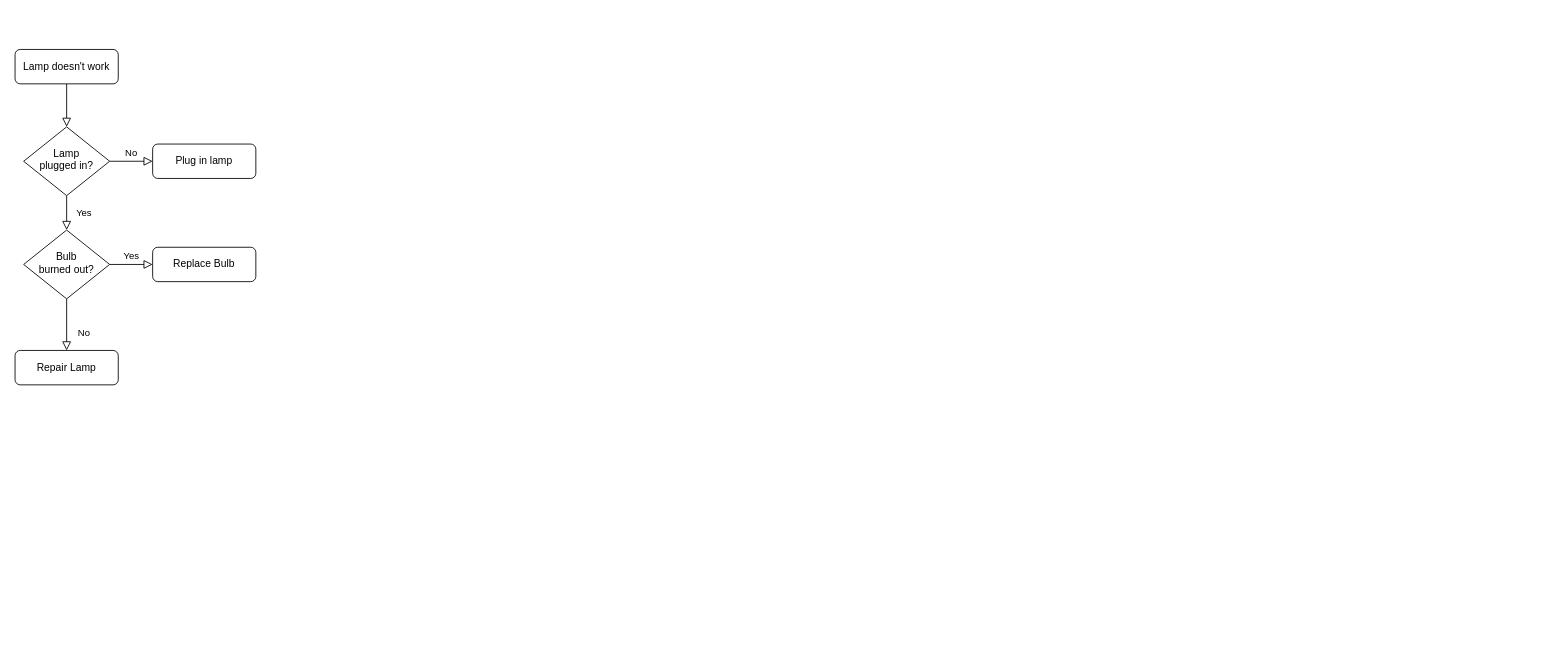
Before: Diagram Tanpa Judul.drawio in zerodevid/database_draw_io, a draw.io diagram. Source tidied: cells renumbered, new cells numbered last; positions are measured from the earlier drawing's top-left corner, leaving out a move shared by most shapes. Both pictures are drawn from the tidied source at 86%, with x=0, y=0 at pixel (15, 49).
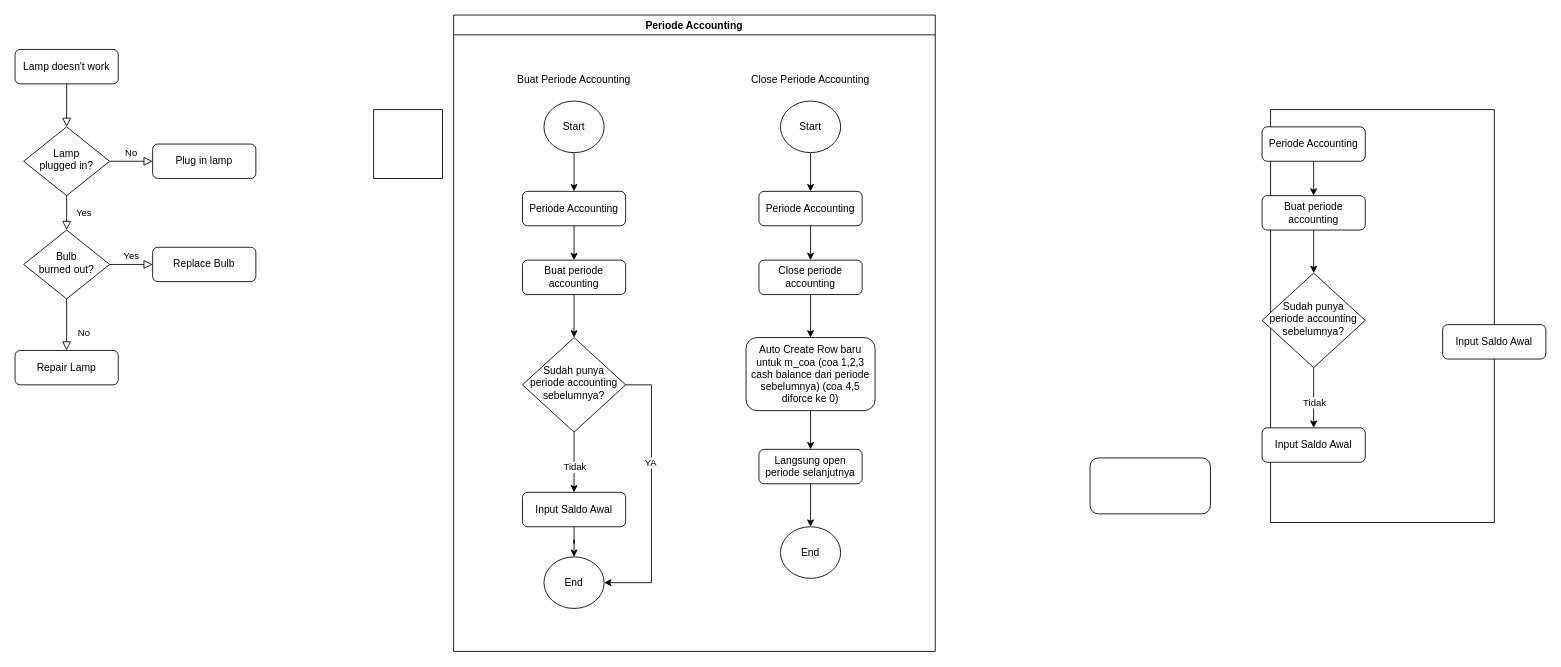
Above is the later version.

Diff of the diagram source:
```diff
@@
+    <mxCell id="13" style="rounded=0;whiteSpace=wrap;html=1;" parent="1" vertex="1">
+      <mxGeometry x="1460" y="70" width="260" height="480" as="geometry" />
+    </mxCell>
@@
+    <mxCell id="14" style="edgeStyle=orthogonalEdgeStyle;rounded=0;jettySize=auto;html=1;" parent="1" edge="1" source="15" target="22">
+      <mxGeometry relative="1" as="geometry" />
+    </mxCell>
+    <mxCell id="15" value="Periode Accounting" style="rounded=1;whiteSpace=wrap;html=1;fontSize=12;glass=0;strokeWidth=1;shadow=0;" parent="1" vertex="1">
+      <mxGeometry x="590" y="165" width="120" height="40" as="geometry" />
+    </mxCell>
+    <mxCell id="16" style="edgeStyle=orthogonalEdgeStyle;rounded=0;jettySize=auto;html=1;" parent="1" edge="1" source="20" target="24">
+      <mxGeometry relative="1" as="geometry" />
+    </mxCell>
+    <mxCell id="17" value="Tidak" style="edgeLabel;html=1;align=center;verticalAlign=middle;" parent="16" vertex="1">
+      <mxGeometry x="0.14" relative="1" as="geometry" />
+    </mxCell>
+    <mxCell id="18" style="edgeStyle=orthogonalEdgeStyle;rounded=0;jettySize=auto;html=1;entryX=1;entryY=0.5;entryDx=0;entryDy=0;" parent="1" edge="1" source="20" target="37">
+      <mxGeometry relative="1" as="geometry">
+        <Array as="points">
+          <mxPoint x="740" y="390" />
+          <mxPoint x="740" y="620" />
+        </Array>
+      </mxGeometry>
+    </mxCell>
+    <mxCell id="19" value="YA" style="edgeLabel;html=1;align=center;verticalAlign=middle;" parent="18" vertex="1">
+      <mxGeometry x="-0.24" y="-2" relative="1" as="geometry" />
+    </mxCell>
+    <mxCell id="20" value="Sudah punya periode accounting sebelumnya?" style="rhombus;whiteSpace=wrap;html=1;shadow=0;fontFamily=Helvetica;fontSize=12;align=center;strokeWidth=1;spacing=6;spacingTop=-4;" parent="1" vertex="1">
+      <mxGeometry x="590" y="335" width="120" height="110" as="geometry" />
+    </mxCell>
+    <mxCell id="21" style="edgeStyle=orthogonalEdgeStyle;rounded=0;jettySize=auto;html=1;" parent="1" edge="1" source="22" target="20">
+      <mxGeometry relative="1" as="geometry" />
+    </mxCell>
+    <mxCell id="22" value="Buat periode accounting" style="rounded=1;whiteSpace=wrap;html=1;fontSize=12;glass=0;strokeWidth=1;shadow=0;" parent="1" vertex="1">
+      <mxGeometry x="590" y="245" width="120" height="40" as="geometry" />
+    </mxCell>
+    <mxCell id="23" style="edgeStyle=orthogonalEdgeStyle;rounded=0;jettySize=auto;html=1;" parent="1" edge="1" source="24" target="37">
+      <mxGeometry relative="1" as="geometry" />
+    </mxCell>
+    <mxCell id="24" value="Input Saldo Awal" style="rounded=1;whiteSpace=wrap;html=1;fontSize=12;glass=0;strokeWidth=1;shadow=0;" parent="1" vertex="1">
+      <mxGeometry x="590" y="515" width="120" height="40" as="geometry" />
+    </mxCell>
+    <mxCell id="25" value="Input Saldo Awal" style="rounded=1;whiteSpace=wrap;html=1;fontSize=12;glass=0;strokeWidth=1;shadow=0;" parent="1" vertex="1">
+      <mxGeometry x="1660" y="320" width="120" height="40" as="geometry" />
+    </mxCell>
+    <mxCell id="26" style="edgeStyle=orthogonalEdgeStyle;rounded=0;jettySize=auto;html=1;" parent="1" edge="1" source="27" target="32">
+      <mxGeometry relative="1" as="geometry" />
+    </mxCell>
+    <mxCell id="27" value="Periode Accounting" style="rounded=1;whiteSpace=wrap;html=1;fontSize=12;glass=0;strokeWidth=1;shadow=0;" parent="1" vertex="1">
+      <mxGeometry x="1450" y="90" width="120" height="40" as="geometry" />
+    </mxCell>
+    <mxCell id="28" style="edgeStyle=orthogonalEdgeStyle;rounded=0;jettySize=auto;html=1;" parent="1" edge="1" source="30" target="33">
+      <mxGeometry relative="1" as="geometry" />
+    </mxCell>
+    <mxCell id="29" value="Tidak" style="edgeLabel;html=1;align=center;verticalAlign=middle;" parent="28" vertex="1">
+      <mxGeometry x="0.14" relative="1" as="geometry" />
+    </mxCell>
+    <mxCell id="30" value="Sudah punya periode accounting sebelumnya?" style="rhombus;whiteSpace=wrap;html=1;shadow=0;fontFamily=Helvetica;fontSize=12;align=center;strokeWidth=1;spacing=6;spacingTop=-4;" parent="1" vertex="1">
+      <mxGeometry x="1450" y="260" width="120" height="110" as="geometry" />
+    </mxCell>
+    <mxCell id="31" style="edgeStyle=orthogonalEdgeStyle;rounded=0;jettySize=auto;html=1;" parent="1" edge="1" source="32" target="30">
+      <mxGeometry relative="1" as="geometry" />
+    </mxCell>
+    <mxCell id="32" value="Buat periode accounting" style="rounded=1;whiteSpace=wrap;html=1;fontSize=12;glass=0;strokeWidth=1;shadow=0;" parent="1" vertex="1">
+      <mxGeometry x="1450" y="170" width="120" height="40" as="geometry" />
+    </mxCell>
+    <mxCell id="33" value="Input Saldo Awal" style="rounded=1;whiteSpace=wrap;html=1;fontSize=12;glass=0;strokeWidth=1;shadow=0;" parent="1" vertex="1">
+      <mxGeometry x="1450" y="440" width="120" height="40" as="geometry" />
+    </mxCell>
+    <mxCell id="34" style="whiteSpace=wrap;html=1;" parent="1" vertex="1">
+      <mxGeometry x="417" y="70" width="80" height="80" as="geometry" />
+    </mxCell>
+    <mxCell id="35" style="edgeStyle=orthogonalEdgeStyle;rounded=0;jettySize=auto;html=1;" parent="1" edge="1" source="36" target="15">
+      <mxGeometry relative="1" as="geometry" />
+    </mxCell>
+    <mxCell id="36" value="Start" style="ellipse;whiteSpace=wrap;html=1;" parent="1" vertex="1">
+      <mxGeometry x="615" y="60" width="70" height="60" as="geometry" />
+    </mxCell>
+    <mxCell id="37" value="End" style="ellipse;whiteSpace=wrap;html=1;" parent="1" vertex="1">
+      <mxGeometry x="615" y="590" width="70" height="60" as="geometry" />
+    </mxCell>
+    <mxCell id="38" value="Buat Periode Accounting" style="text;html=1;align=center;verticalAlign=middle;whiteSpace=wrap;rounded=0;" parent="1" vertex="1">
+      <mxGeometry x="580" y="20" width="140" height="30" as="geometry" />
+    </mxCell>
+    <mxCell id="39" style="edgeStyle=orthogonalEdgeStyle;rounded=0;jettySize=auto;html=1;" parent="1" edge="1" source="40" target="42">
+      <mxGeometry relative="1" as="geometry" />
+    </mxCell>
+    <mxCell id="40" value="Periode Accounting" style="rounded=1;whiteSpace=wrap;html=1;fontSize=12;glass=0;strokeWidth=1;shadow=0;" parent="1" vertex="1">
+      <mxGeometry x="865" y="165" width="120" height="40" as="geometry" />
+    </mxCell>
+    <mxCell id="41" style="edgeStyle=orthogonalEdgeStyle;rounded=0;jettySize=auto;html=1;" parent="1" edge="1" source="42" target="47">
+      <mxGeometry relative="1" as="geometry" />
+    </mxCell>
+    <mxCell id="42" value="Close periode accounting" style="rounded=1;whiteSpace=wrap;html=1;fontSize=12;glass=0;strokeWidth=1;shadow=0;" parent="1" vertex="1">
+      <mxGeometry x="865" y="245" width="120" height="40" as="geometry" />
+    </mxCell>
+    <mxCell id="43" style="edgeStyle=orthogonalEdgeStyle;rounded=0;jettySize=auto;html=1;" parent="1" edge="1" source="44" target="40">
+      <mxGeometry relative="1" as="geometry" />
+    </mxCell>
+    <mxCell id="44" value="Start" style="ellipse;whiteSpace=wrap;html=1;" parent="1" vertex="1">
+      <mxGeometry x="890" y="60" width="70" height="60" as="geometry" />
+    </mxCell>
+    <mxCell id="45" value="Close Periode Accounting" style="text;html=1;align=center;verticalAlign=middle;whiteSpace=wrap;rounded=0;" parent="1" vertex="1">
+      <mxGeometry x="855" y="20" width="140" height="30" as="geometry" />
+    </mxCell>
+    <mxCell id="46" style="edgeStyle=orthogonalEdgeStyle;rounded=0;jettySize=auto;html=1;" parent="1" edge="1" source="47" target="51">
+      <mxGeometry relative="1" as="geometry" />
+    </mxCell>
+    <mxCell id="47" value="Auto Create Row baru untuk m_coa (coa 1,2,3 cash balance dari periode sebelumnya) (coa 4,5 diforce ke 0)" style="rounded=1;whiteSpace=wrap;html=1;fontSize=12;glass=0;strokeWidth=1;shadow=0;" parent="1" vertex="1">
+      <mxGeometry x="850" y="335" width="150" height="85" as="geometry" />
+    </mxCell>
+    <mxCell id="48" style="rounded=1;whiteSpace=wrap;html=1;fontSize=12;glass=0;strokeWidth=1;shadow=0;" parent="1" vertex="1">
+      <mxGeometry x="1250" y="475" width="140" height="65" as="geometry" />
+    </mxCell>
+    <mxCell id="49" value="End" style="ellipse;whiteSpace=wrap;html=1;" parent="1" vertex="1">
+      <mxGeometry x="890" y="555" width="70" height="60" as="geometry" />
+    </mxCell>
+    <mxCell id="50" style="edgeStyle=orthogonalEdgeStyle;rounded=0;jettySize=auto;html=1;" parent="1" edge="1" source="51" target="49">
+      <mxGeometry relative="1" as="geometry" />
+    </mxCell>
+    <mxCell id="51" value="Langsung open periode selanjutnya" style="rounded=1;whiteSpace=wrap;html=1;fontSize=12;glass=0;strokeWidth=1;shadow=0;" parent="1" vertex="1">
+      <mxGeometry x="865" y="465" width="120" height="40" as="geometry" />
+    </mxCell>
+    <mxCell id="52" value="Periode Accounting" style="swimlane;" parent="1" vertex="1">
+      <mxGeometry x="510" y="-40" width="560" height="740" as="geometry" />
+    </mxCell>
```
